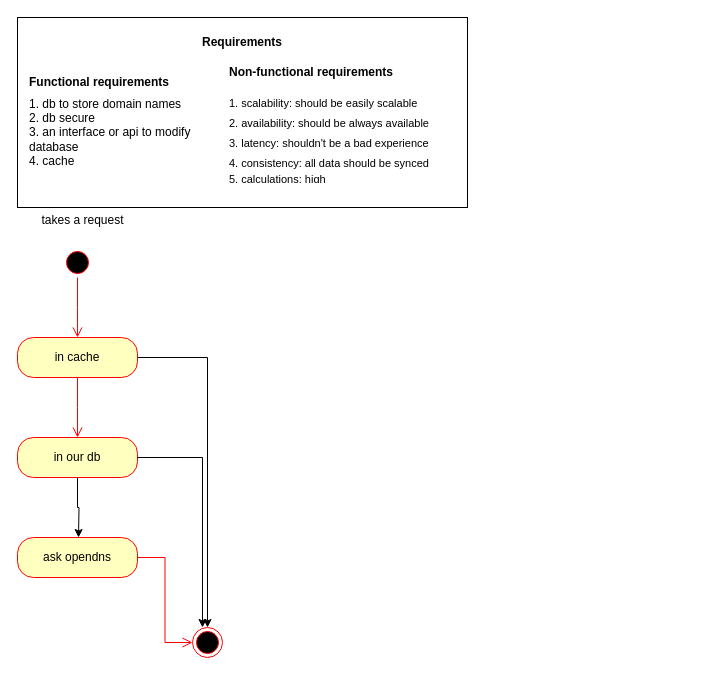
This is page "high-level" (1 of 2) of ainaa.drawio from ahmed-elbehairy7/mafazaa-system-design, a draw.io file, before an edit. Source tidied: cells renumbered, new cells numbered last; positions are measured from the earlier drawing's top-left corner, leaving out a move shared by most shapes. Both pictures are drawn from the tidied source at 100%, with x=0, y=0 at pixel (17, 17).
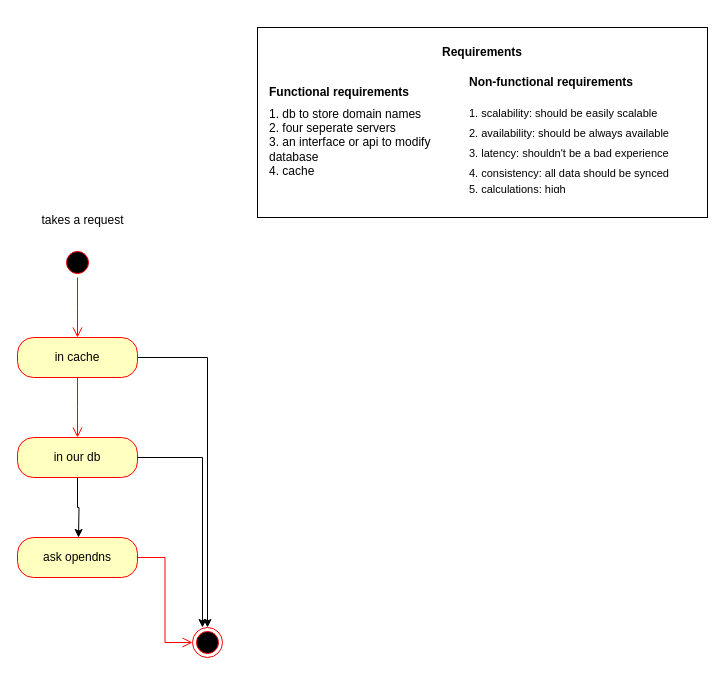
The same diagram, later.

Diff of the diagram source:
```diff
@@
     <mxCell id="2" style="rounded=0;whiteSpace=wrap;html=1;" parent="1" vertex="1">
-      <mxGeometry width="450" height="190" as="geometry" />
+      <mxGeometry x="240" y="10" width="450" height="190" as="geometry" />
     </mxCell>
     <mxCell id="3" value="Requirements" style="text;html=1;align=center;verticalAlign=middle;whiteSpace=wrap;rounded=0;fontSize=12;fontStyle=1;" parent="1" vertex="1">
-      <mxGeometry x="135" y="10" width="180" height="30" as="geometry" />
+      <mxGeometry x="375" y="20" width="180" height="30" as="geometry" />
     </mxCell>
@@
-    <mxCell id="16" value="1. db to store domain names&lt;br&gt;2. db secure&amp;nbsp;&lt;div&gt;3. an interface or api to modify database&lt;br&gt;&lt;div&gt;4. cache&lt;/div&gt;&lt;/div&gt;" style="text;html=1;align=left;verticalAlign=middle;whiteSpace=wrap;rounded=0;fontSize=12;" parent="1" vertex="1">
-      <mxGeometry x="10" y="80" width="180" height="70" as="geometry" />
+    <mxCell id="16" value="1. db to store domain names&lt;br&gt;2. four seperate servers&lt;div&gt;3. an interface or api to modify database&lt;br&gt;&lt;div&gt;4. cache&lt;/div&gt;&lt;/div&gt;" style="text;html=1;align=left;verticalAlign=middle;whiteSpace=wrap;rounded=0;fontSize=12;" parent="1" vertex="1">
+      <mxGeometry x="250" y="90" width="180" height="70" as="geometry" />
     </mxCell>
     <mxCell id="17" value="Functional r&lt;span style=&quot;background-color: transparent; color: light-dark(rgb(0, 0, 0), rgb(255, 255, 255));&quot;&gt;equirements&lt;/span&gt;" style="text;html=1;align=left;verticalAlign=middle;whiteSpace=wrap;rounded=0;fontSize=12;fontStyle=1;" parent="1" vertex="1">
-      <mxGeometry x="10" y="50" width="180" height="30" as="geometry" />
+      <mxGeometry x="250" y="60" width="180" height="30" as="geometry" />
     </mxCell>
     <mxCell id="18" value="&lt;h1 style=&quot;margin-top: 0px;&quot;&gt;&lt;span style=&quot;background-color: transparent; color: light-dark(rgb(0, 0, 0), rgb(255, 255, 255));&quot;&gt;&lt;font style=&quot;font-size: 12px;&quot;&gt;Non-functional requirements&lt;/font&gt;&lt;/span&gt;&lt;/h1&gt;&lt;h1 style=&quot;margin-top: 0px; line-height: 0%;&quot;&gt;&lt;span style=&quot;font-weight: 400;&quot;&gt;&lt;font style=&quot;font-size: 11px;&quot;&gt;1. scalability: should be easily scalable&lt;/font&gt;&lt;/span&gt;&lt;/h1&gt;&lt;h1 style=&quot;margin-top: 0px; line-height: 0%;&quot;&gt;&lt;span style=&quot;background-color: transparent; color: light-dark(rgb(0, 0, 0), rgb(255, 255, 255)); font-weight: 400;&quot;&gt;&lt;font style=&quot;font-size: 11px;&quot;&gt;2. availability: should be always available&lt;/font&gt;&lt;/span&gt;&lt;/h1&gt;&lt;h1 style=&quot;margin-top: 0px; line-height: 0%;&quot;&gt;&lt;span style=&quot;background-color: transparent; color: light-dark(rgb(0, 0, 0), rgb(255, 255, 255)); font-weight: 400;&quot;&gt;&lt;font style=&quot;font-size: 11px;&quot;&gt;3. latency: shouldn't be a bad experience&lt;/font&gt;&lt;/span&gt;&lt;/h1&gt;&lt;h1 style=&quot;margin-top: 0px; line-height: 0%;&quot;&gt;&lt;span style=&quot;background-color: transparent; color: light-dark(rgb(0, 0, 0), rgb(255, 255, 255)); font-weight: normal;&quot;&gt;&lt;font style=&quot;font-size: 11px;&quot;&gt;4. consistency: all data should be synced&lt;/font&gt;&lt;/span&gt;&lt;/h1&gt;&lt;div style=&quot;line-height: 0%;&quot;&gt;&lt;span style=&quot;background-color: transparent; color: light-dark(rgb(0, 0, 0), rgb(255, 255, 255));&quot;&gt;&lt;font style=&quot;font-size: 11px;&quot;&gt;5. calculations: high&lt;/font&gt;&lt;/span&gt;&lt;/div&gt;" style="text;html=1;whiteSpace=wrap;overflow=hidden;rounded=0;" parent="1" vertex="1">
-      <mxGeometry x="210" y="30" width="230" height="150" as="geometry" />
+      <mxGeometry x="450" y="40" width="230" height="150" as="geometry" />
     </mxCell>
```
